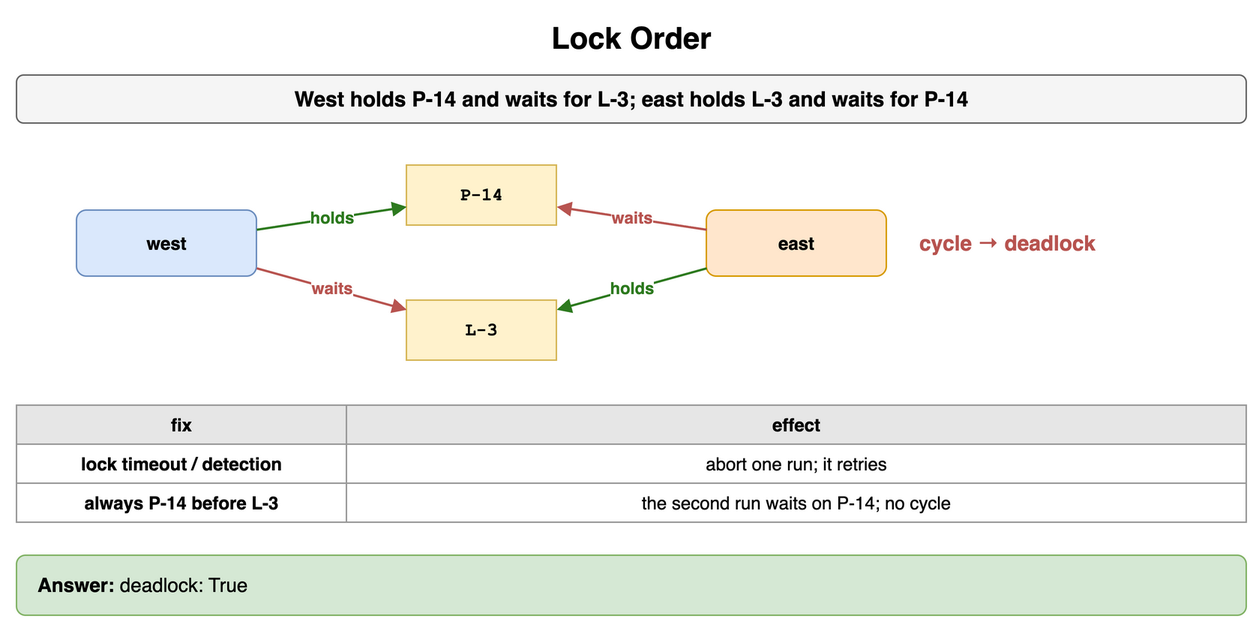
The draw.io diagram content/09_System_Design_Interview/16_Transactions_and_Concurrency_Control/diagrams/transactions-drills-4-lock-order.png in amendez13/swe-study-guide, before a commit. Source tidied: cells renumbered, new cells last; positions are measured from the earlier drawing's top-left corner, leaving out a move shared by most shapes.
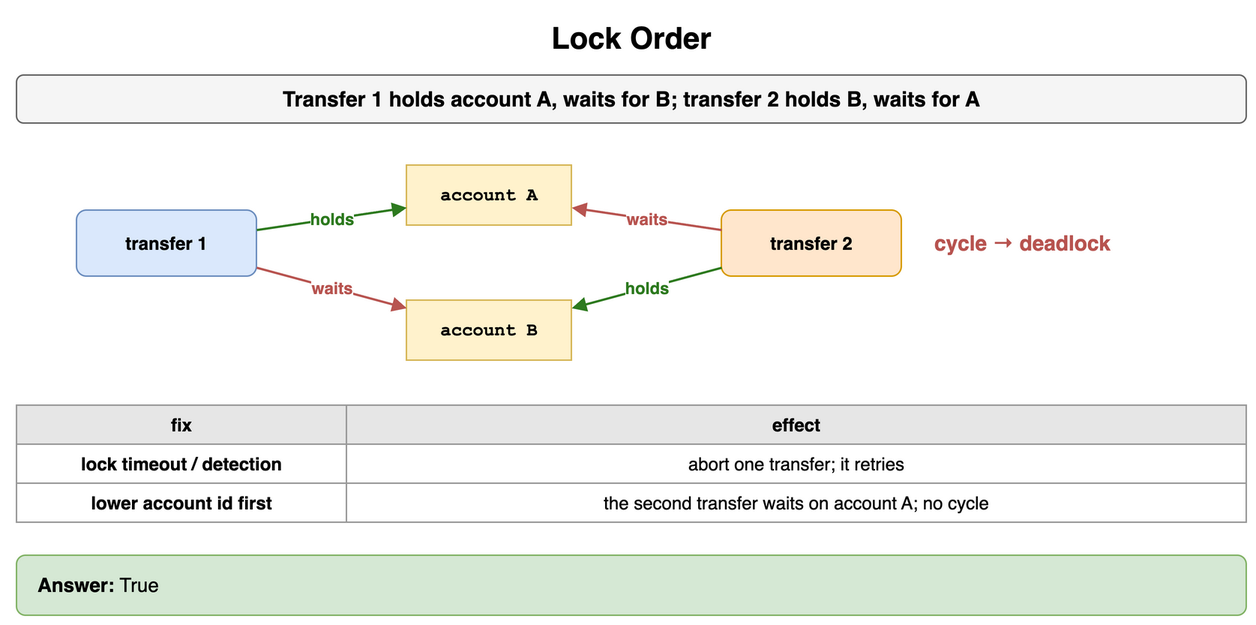
Above is the later version.

Diff of the diagram source:
```diff
@@ -5,20 +5,20 @@
     <mxCell id="2" value="Lock Order" style="text;html=1;align=center;verticalAlign=middle;whiteSpace=wrap;fontSize=20;fontStyle=1;" parent="1" vertex="1">
       <mxGeometry width="820" height="30" as="geometry" />
     </mxCell>
-    <mxCell id="3" value="West holds P-14 and waits for L-3; east holds L-3 and waits for P-14" style="rounded=1;whiteSpace=wrap;html=1;fillColor=#f5f5f5;strokeColor=#666666;fontStyle=1;fontSize=14;" parent="1" vertex="1">
+    <mxCell id="3" value="Transfer 1 holds account A, waits for B; transfer 2 holds B, waits for A" style="rounded=1;whiteSpace=wrap;html=1;fillColor=#f5f5f5;strokeColor=#666666;fontStyle=1;fontSize=14;" parent="1" vertex="1">
       <mxGeometry y="40" width="820" height="32" as="geometry" />
     </mxCell>
-    <mxCell id="4" value="west" style="rounded=1;whiteSpace=wrap;html=1;fillColor=#dae8fc;strokeColor=#6c8ebf;fontSize=12;align=center;fontStyle=1;" parent="1" vertex="1">
+    <mxCell id="4" value="transfer 1" style="rounded=1;whiteSpace=wrap;html=1;fillColor=#dae8fc;strokeColor=#6c8ebf;fontSize=12;align=center;fontStyle=1;" parent="1" vertex="1">
       <mxGeometry x="40" y="130" width="120" height="44" as="geometry" />
     </mxCell>
-    <mxCell id="5" value="P-14" style="rounded=0;whiteSpace=wrap;html=1;fontFamily=Courier New;fontStyle=1;fontSize=13;fillColor=#fff2cc;strokeColor=#d6b656;fontSize=12;" parent="1" vertex="1">
-      <mxGeometry x="260" y="100" width="100" height="40" as="geometry" />
+    <mxCell id="5" value="account A" style="rounded=0;whiteSpace=wrap;html=1;fontFamily=Courier New;fontStyle=1;fontSize=13;fillColor=#fff2cc;strokeColor=#d6b656;fontSize=12;" parent="1" vertex="1">
+      <mxGeometry x="260" y="100" width="110" height="40" as="geometry" />
     </mxCell>
-    <mxCell id="6" value="L-3" style="rounded=0;whiteSpace=wrap;html=1;fontFamily=Courier New;fontStyle=1;fontSize=13;fillColor=#fff2cc;strokeColor=#d6b656;fontSize=12;" parent="1" vertex="1">
-      <mxGeometry x="260" y="190" width="100" height="40" as="geometry" />
+    <mxCell id="6" value="account B" style="rounded=0;whiteSpace=wrap;html=1;fontFamily=Courier New;fontStyle=1;fontSize=13;fillColor=#fff2cc;strokeColor=#d6b656;fontSize=12;" parent="1" vertex="1">
+      <mxGeometry x="260" y="190" width="110" height="40" as="geometry" />
     </mxCell>
-    <mxCell id="7" value="east" style="rounded=1;whiteSpace=wrap;html=1;fillColor=#ffe6cc;strokeColor=#d79b00;fontSize=12;align=center;fontStyle=1;" parent="1" vertex="1">
-      <mxGeometry x="460" y="130" width="120" height="44" as="geometry" />
+    <mxCell id="7" value="transfer 2" style="rounded=1;whiteSpace=wrap;html=1;fillColor=#ffe6cc;strokeColor=#d79b00;fontSize=12;align=center;fontStyle=1;" parent="1" vertex="1">
+      <mxGeometry x="470" y="130" width="120" height="44" as="geometry" />
     </mxCell>
     <mxCell id="8" value="holds" style="endArrow=block;endSize=6;html=1;strokeWidth=1.5;strokeColor=#2d7a1f;fontSize=11;labelBackgroundColor=#ffffff;fontColor=#2d7a1f;fontStyle=1;" parent="1" edge="1" source="4" target="5">
       <mxGeometry relative="1" as="geometry" />
@@ -33,7 +33,7 @@
       <mxGeometry relative="1" as="geometry" />
     </mxCell>
     <mxCell id="12" value="cycle → deadlock" style="text;html=1;whiteSpace=wrap;fontSize=11;align=left;verticalAlign=middle;fontSize=14;fontColor=#b85450;fontStyle=1;" parent="1" vertex="1">
-      <mxGeometry x="600" y="140" width="220" height="24" as="geometry" />
+      <mxGeometry x="610" y="140" width="210" height="24" as="geometry" />
     </mxCell>
     <mxCell id="13" value="fix" style="whiteSpace=wrap;html=1;fillColor=#e6e6e6;strokeColor=#999999;fontStyle=1;fontSize=12;" parent="1" vertex="1">
       <mxGeometry y="260" width="220" height="26" as="geometry" />
@@ -44,16 +44,16 @@
     <mxCell id="15" value="lock timeout / detection" style="whiteSpace=wrap;html=1;strokeColor=#999999;fontSize=12;fillColor=#ffffff;fontStyle=1;" parent="1" vertex="1">
       <mxGeometry y="286" width="220" height="26" as="geometry" />
     </mxCell>
-    <mxCell id="16" value="abort one run; it retries" style="whiteSpace=wrap;html=1;strokeColor=#999999;fontSize=12;fillColor=#ffffff;" parent="1" vertex="1">
+    <mxCell id="16" value="abort one transfer; it retries" style="whiteSpace=wrap;html=1;strokeColor=#999999;fontSize=12;fillColor=#ffffff;" parent="1" vertex="1">
       <mxGeometry x="220" y="286" width="600" height="26" as="geometry" />
     </mxCell>
-    <mxCell id="17" value="always P-14 before L-3" style="whiteSpace=wrap;html=1;strokeColor=#999999;fontSize=12;fillColor=#ffffff;fontStyle=1;" parent="1" vertex="1">
+    <mxCell id="17" value="lower account id first" style="whiteSpace=wrap;html=1;strokeColor=#999999;fontSize=12;fillColor=#ffffff;fontStyle=1;" parent="1" vertex="1">
       <mxGeometry y="312" width="220" height="26" as="geometry" />
     </mxCell>
-    <mxCell id="18" value="the second run waits on P-14; no cycle" style="whiteSpace=wrap;html=1;strokeColor=#999999;fontSize=12;fillColor=#ffffff;" parent="1" vertex="1">
+    <mxCell id="18" value="the second transfer waits on account A; no cycle" style="whiteSpace=wrap;html=1;strokeColor=#999999;fontSize=12;fillColor=#ffffff;" parent="1" vertex="1">
       <mxGeometry x="220" y="312" width="600" height="26" as="geometry" />
     </mxCell>
-    <mxCell id="19" value="&lt;b&gt;Answer:&lt;/b&gt; deadlock: True" style="rounded=1;whiteSpace=wrap;html=1;fillColor=#d5e8d4;strokeColor=#82b366;fontSize=13;align=left;spacingLeft=12;" parent="1" vertex="1">
+    <mxCell id="19" value="&lt;b&gt;Answer:&lt;/b&gt; True" style="rounded=1;whiteSpace=wrap;html=1;fillColor=#d5e8d4;strokeColor=#82b366;fontSize=13;align=left;spacingLeft=12;" parent="1" vertex="1">
       <mxGeometry y="360" width="820" height="40" as="geometry" />
     </mxCell>
   </root>
```
